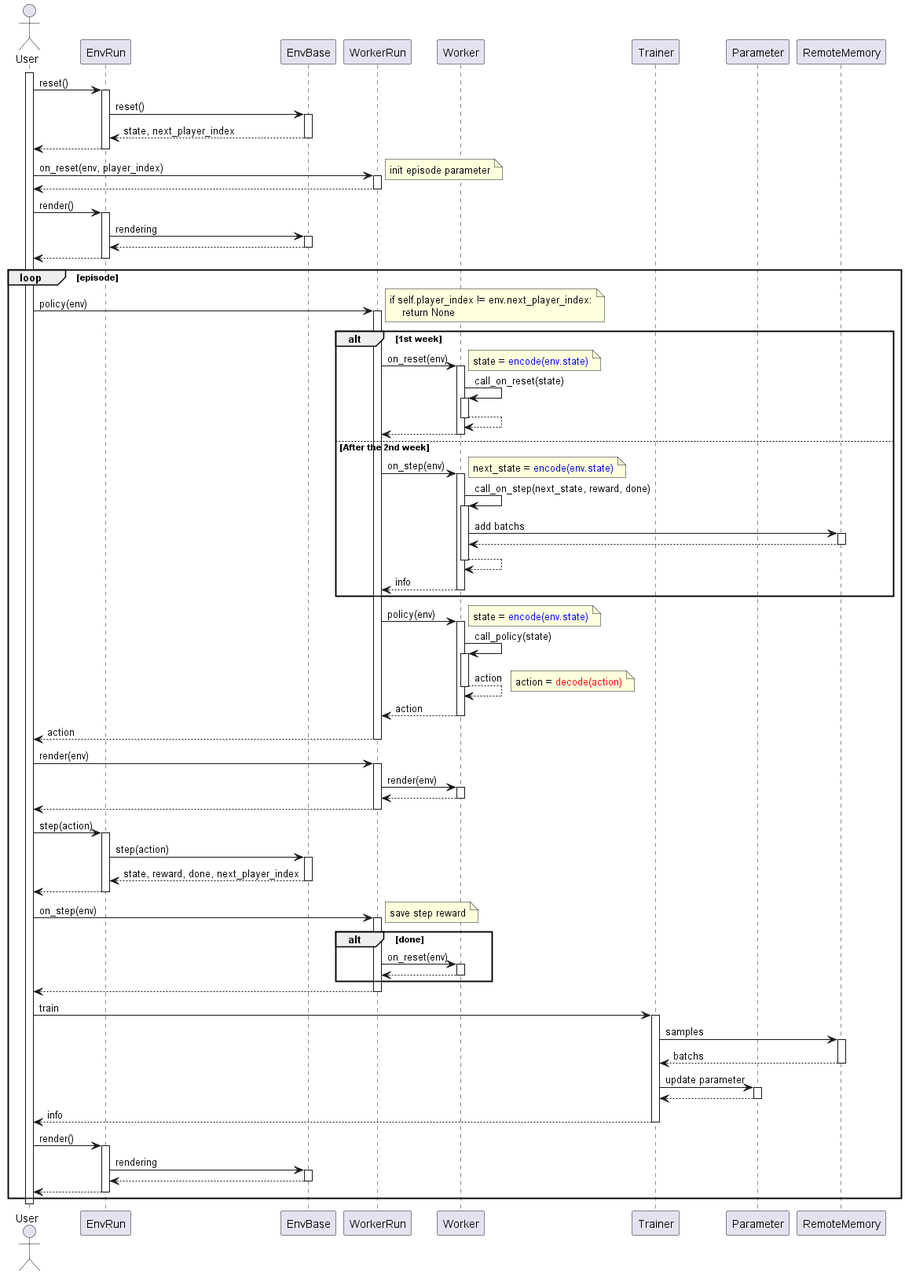
Before: diagrams/playflow.png, a diagram exported from PlantUML (pocokhc/simple_distributed_rl).
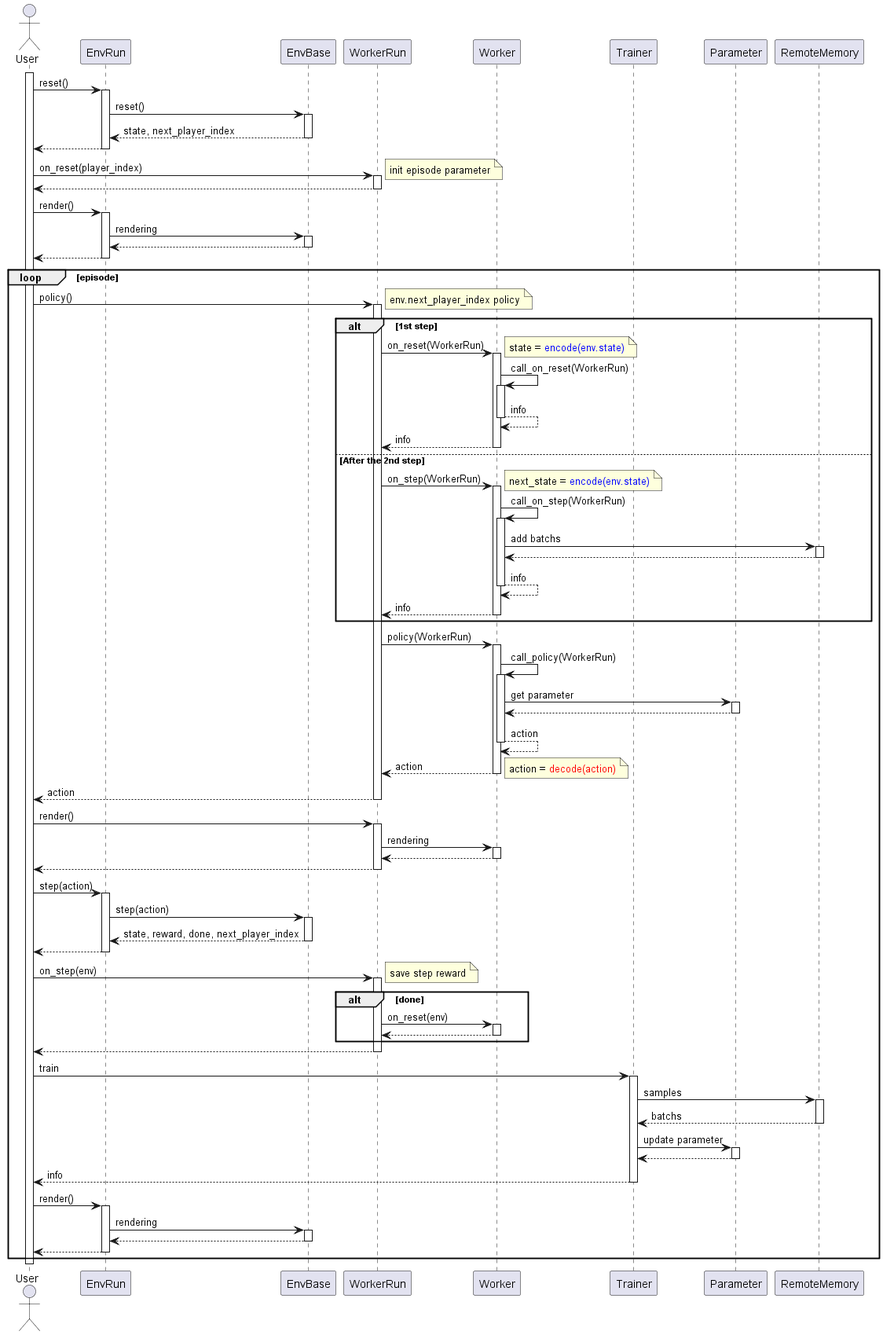
After the commit.

Diff of the diagram source:
```diff
@@ -21,7 +21,7 @@
     return state, next_player_index
 return
 
-User -> WorkerRun: on_reset(env, player_index)
+User -> WorkerRun: on_reset(player_index)
     note right: init episode parameter
 return
 
@@ -32,46 +32,44 @@
 
 loop episode
 
-    User -> WorkerRun: policy(env)
+    User -> WorkerRun: policy()
         note right
-        if self.player_index != env.next_player_index:
-            return None
+        env.next_player_index policy
         end note
 
-        alt 1st week
-            WorkerRun -> Worker: on_reset(env)
+        alt 1st step
+            WorkerRun -> Worker: on_reset(WorkerRun)
                 note right
                 state = <color blue>encode(env.state)</color>
                 end note
-                Worker -> Worker: call_on_reset(state)
-                return
-            return
-        else After the 2nd week
-            WorkerRun -> Worker: on_step(env)
+                Worker -> Worker: call_on_reset(WorkerRun)
+                return info
+            return info
+        else After the 2nd step
+            WorkerRun -> Worker: on_step(WorkerRun)
                 note right
                 next_state = <color blue>encode(env.state)</color>
                 end note
-                Worker -> Worker: call_on_step(next_state, reward, done)
+                Worker -> Worker: call_on_step(WorkerRun)
                     Worker -> RemoteMemory: add batchs
                     return
-                return
+                return info
             return info
         end
 
-        WorkerRun -> Worker: policy(env)
-            note right
-            state = <color blue>encode(env.state)</color>
-            end note
-            Worker -> Worker: call_policy(state)
+        WorkerRun -> Worker: policy(WorkerRun)
+            Worker -> Worker: call_policy(WorkerRun)
+                Worker -> Parameter: get parameter
+                return
             return action
-            note right
-            action = <color red>decode(action)</color>
-            end note
         return action
+        note right
+        action = <color red>decode(action)</color>
+        end note
     return action
 
-    User -> WorkerRun: render(env)
-        WorkerRun -> Worker: render(env)
+    User -> WorkerRun: render()
+        WorkerRun -> Worker: rendering
         return
     return
 
```
